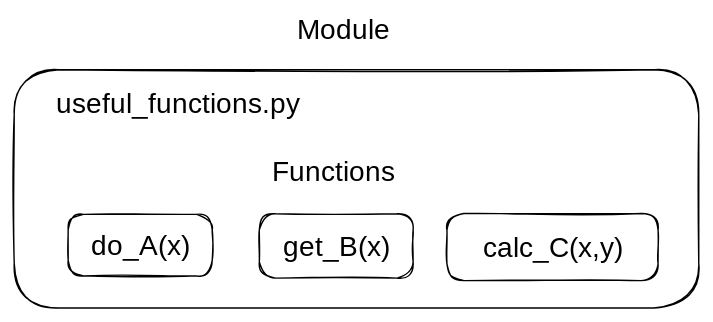
Above: .gitbook/assets/file.excalidraw.svg in winf-hsos/winf-docs (Excalidraw), before the change. Source tidied: one line per element, renumbered; positions are measured from the earlier drawing's top-left corner, leaving out a move shared by most shapes.
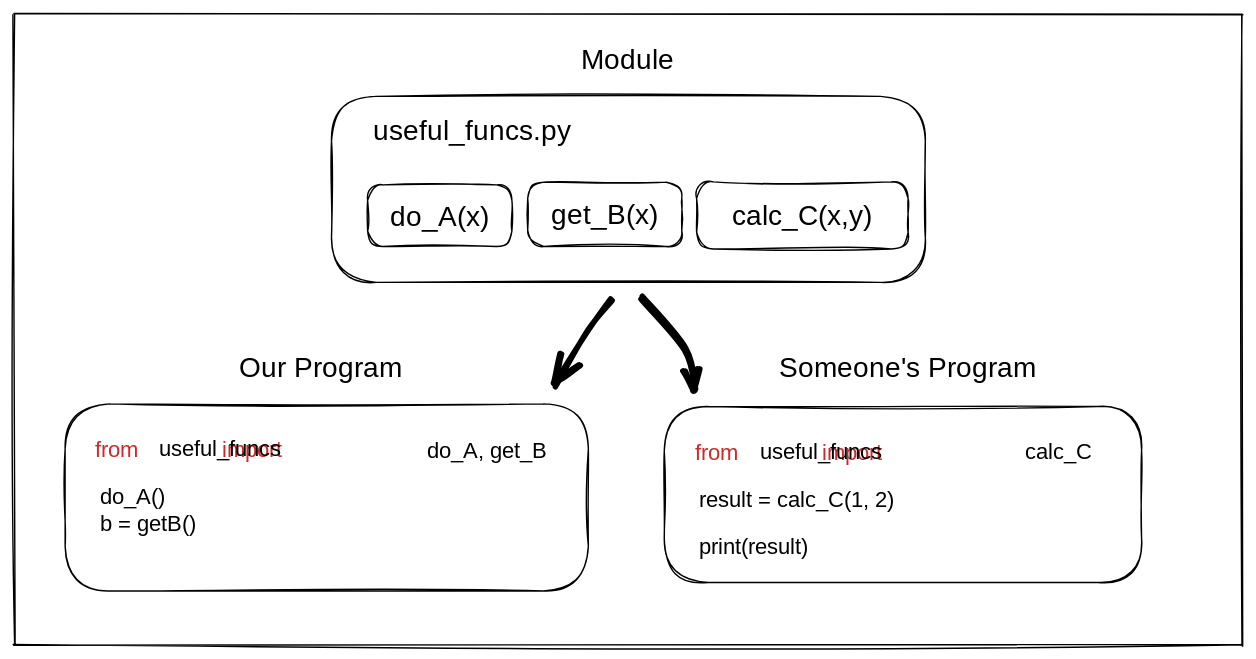
The same file after the commit.

Change to the diagram source:
```diff
@@ -1,10 +1,25 @@
-{"id": 0, "type": "rectangle", "strokeColor": "#000000", "strokeWidth": 1, "roughness": 1, "round": true, "x": 39, "y": 143, "width": 103, "height": 44}
+{"id": 10, "type": "rectangle", "strokeColor": "#000000", "strokeWidth": 1, "roughness": 1, "round": true, "x": 22, "y": 342, "width": 103, "height": 44}
-{"id": 1, "type": "text", "text": "do_A(x)", "strokeColor": "#000000", "strokeWidth": 1, "roughness": 1, "fontSize": 20, "fontFamily": 3, "textAlign": "center", "verticalAlign": "middle", "inside": 0, "x": 48, "y": 152, "width": 84, "height": 26}
+{"id": 1, "type": "text", "text": "do_A(x)", "strokeColor": "#000000", "strokeWidth": 1, "roughness": 1, "fontSize": 20, "fontFamily": 3, "textAlign": "center", "verticalAlign": "middle", "inside": 10, "x": 31, "y": 351, "width": 84, "height": 26}
-{"id": 2, "type": "rectangle", "strokeColor": "#000000", "strokeWidth": 1, "roughness": 1, "round": true, "x": 175, "y": 143, "width": 110, "height": 46}
+{"id": 11, "type": "rectangle", "strokeColor": "#000000", "strokeWidth": 1, "roughness": 1, "round": true, "x": 136, "y": 340, "width": 110, "height": 46}
-{"id": 3, "type": "text", "text": "get_B(x)", "strokeColor": "#000000", "strokeWidth": 1, "roughness": 1, "fontSize": 20, "fontFamily": 3, "textAlign": "center", "verticalAlign": "middle", "inside": 2, "x": 182, "y": 153, "width": 96, "height": 26}
+{"id": 3, "type": "text", "text": "get_B(x)", "strokeColor": "#000000", "strokeWidth": 1, "roughness": 1, "fontSize": 20, "fontFamily": 3, "textAlign": "center", "verticalAlign": "middle", "inside": 11, "x": 143, "y": 350, "width": 96, "height": 26}
-{"id": 4, "type": "rectangle", "strokeColor": "#000000", "strokeWidth": 1, "roughness": 1, "round": true, "x": 310, "y": 143, "width": 151, "height": 48}
+{"id": 12, "type": "rectangle", "strokeColor": "#000000", "strokeWidth": 1, "roughness": 1, "round": true, "x": 257, "y": 340, "width": 151, "height": 48}
-{"id": 5, "type": "text", "text": "calc_C(x,y)", "strokeColor": "#000000", "strokeWidth": 1, "roughness": 1, "fontSize": 20, "fontFamily": 3, "textAlign": "center", "verticalAlign": "middle", "inside": 4, "x": 320, "y": 154, "width": 131, "height": 26}
+{"id": 5, "type": "text", "text": "calc_C(x,y)", "strokeColor": "#000000", "strokeWidth": 1, "roughness": 1, "fontSize": 20, "fontFamily": 3, "textAlign": "center", "verticalAlign": "middle", "inside": 12, "x": 267, "y": 351, "width": 131, "height": 26}
-{"id": 6, "type": "rectangle", "strokeColor": "#000000", "strokeWidth": 1, "roughness": 1, "round": true, "x": 0, "y": 40, "width": 490, "height": 170}
-{"id": 7, "type": "text", "text": "useful_functions.py", "strokeColor": "#000000", "strokeWidth": 1, "roughness": 1, "fontSize": 20, "fontFamily": 3, "x": 30, "y": 52, "width": 225, "height": 24}
+{"id": 13, "type": "rectangle", "strokeColor": "#000000", "strokeWidth": 1, "roughness": 1, "round": true, "x": -4, "y": 279, "width": 424, "height": 133}
+{"id": 14, "type": "text", "text": "useful_funcs.py", "strokeColor": "#000000", "strokeWidth": 1, "roughness": 1, "fontSize": 20, "fontFamily": 3, "x": 26, "y": 291, "width": 178, "height": 24}
-{"id": 8, "type": "text", "text": "Module", "strokeColor": "#000000", "strokeWidth": 1, "roughness": 1, "fontSize": 20, "fontFamily": 1, "x": 202, "y": 0, "width": 67, "height": 25}
+{"id": 8, "type": "text", "text": "Module", "strokeColor": "#000000", "strokeWidth": 1, "roughness": 1, "fontSize": 20, "fontFamily": 1, "x": 174, "y": 242, "width": 67, "height": 25}
-{"id": 9, "type": "text", "text": "Functions", "strokeColor": "#000000", "strokeWidth": 1, "roughness": 1, "fontSize": 20, "fontFamily": 1, "x": 184, "y": 101, "width": 91, "height": 25}
+{"id": 15, "type": "rectangle", "strokeColor": "#000000", "strokeWidth": 1, "roughness": 1, "round": true, "x": 234, "y": 501, "width": 341, "height": 126}
+{"id": 16, "type": "text", "text": "Someone's Program", "strokeColor": "#000000", "strokeWidth": 1, "roughness": 1, "fontSize": 20, "fontFamily": 1, "x": 315, "y": 461, "width": 184, "height": 25}
+{"id": 17, "type": "text", "text": "from              import", "strokeColor": "#c92a2a", "strokeWidth": 1, "roughness": 1, "fontSize": 16, "fontFamily": 3, "x": 255, "y": 524, "width": 227, "height": 19}
+{"id": 18, "type": "arrow", "strokeColor": "#000000", "strokeWidth": 4, "roughness": 1, "endArrowhead": "arrow", "round": true, "from": 13, "to": 15, "x": 217, "y": 423, "width": 38, "height": 66, "points": [[0, 0], [32, 36], [38, 66]]}
+{"id": 19, "type": "text", "text": "result = calc_C(1, 2)", "strokeColor": "#000000", "strokeWidth": 4, "roughness": 1, "fontSize": 16, "fontFamily": 3, "x": 258, "y": 558, "width": 199, "height": 19}
+{"id": 20, "type": "text", "text": "print(result)", "strokeColor": "#000000", "strokeWidth": 4, "roughness": 1, "fontSize": 16, "fontFamily": 3, "x": 258, "y": 591, "width": 124, "height": 19}
+{"id": 21, "type": "text", "text": "useful_funcs", "strokeColor": "#000000", "strokeWidth": 1, "roughness": 1, "fontSize": 16, "fontFamily": 3, "x": 302, "y": 523, "width": 115, "height": 19}
+{"id": 22, "type": "text", "text": "calc_C", "strokeColor": "#000000", "strokeWidth": 1, "roughness": 1, "fontSize": 16, "fontFamily": 3, "x": 491, "y": 523, "width": 58, "height": 19}
+{"id": 23, "type": "text", "text": "Our Program", "strokeColor": "#000000", "strokeWidth": 1, "roughness": 1, "fontSize": 20, "fontFamily": 1, "x": -70, "y": 462, "width": 124, "height": 25}
+{"id": 24, "type": "rectangle", "strokeColor": "#000000", "strokeWidth": 1, "roughness": 1, "round": true, "x": -194, "y": 499, "width": 374, "height": 134}
+{"id": 25, "type": "text", "text": "from              import", "strokeColor": "#c92a2a", "strokeWidth": 1, "roughness": 1, "fontSize": 16, "fontFamily": 3, "x": -173, "y": 522, "width": 227, "height": 19}
+{"id": 26, "type": "text", "text": "do_A()\nb = getB()", "strokeColor": "#000000", "strokeWidth": 4, "roughness": 1, "fontSize": 16, "fontFamily": 3, "x": -169, "y": 556, "width": 96, "height": 38}
+{"id": 27, "type": "text", "text": "useful_funcs", "strokeColor": "#000000", "strokeWidth": 1, "roughness": 1, "fontSize": 16, "fontFamily": 3, "x": -127, "y": 521, "width": 115, "height": 19}
+{"id": 28, "type": "text", "text": "do_A, get_B", "strokeColor": "#000000", "strokeWidth": 1, "roughness": 1, "fontSize": 16, "fontFamily": 3, "x": 64, "y": 523, "width": 105, "height": 19}
+{"id": 29, "type": "arrow", "strokeColor": "#000000", "strokeWidth": 4, "roughness": 1, "endArrowhead": "arrow", "round": true, "from": 13, "to": 24, "x": 196, "y": 425, "width": 41, "height": 61, "points": [[0, 0], [-18, 22], [-41, 61]]}
+{"id": 30, "type": "rectangle", "strokeColor": "#000000", "strokeWidth": 1, "roughness": 1, "x": -231, "y": 220, "width": 877, "height": 450}
```
